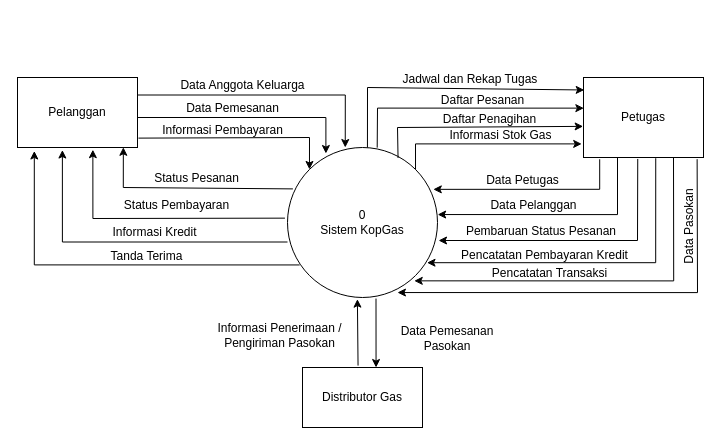
Before: page "DCD" (1 of 2) of KopGas.drawio in fmmkyh/Latihan-RPL, a draw.io diagram. Source tidied: cells renumbered, new cells numbered last; positions are measured from the earlier drawing's top-left corner, leaving out a move shared by most shapes. Both pictures are drawn from the tidied source at 100%, with x=0, y=0 at pixel (17, 64).
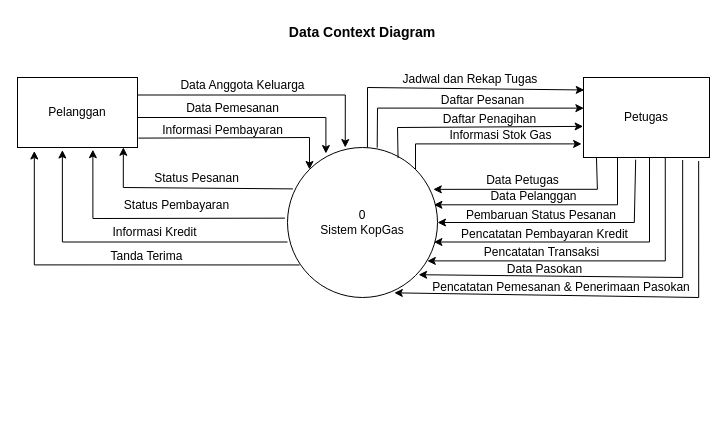
After the change.

Unchanged cells that the change refers to:
```xml
<mxCell id="2" value="0&lt;br&gt;Sistem&amp;nbsp;&lt;span style=&quot;text-decoration-line: inherit; background-color: transparent; color: light-dark(rgb(0, 0, 0), rgb(255, 255, 255));&quot;&gt;KopGas&lt;/span&gt;" style="ellipse;whiteSpace=wrap;html=1;shapeInside=1;" parent="1" vertex="1">
  <mxGeometry x="270" y="83" width="150" height="150" as="geometry" />
</mxCell>
```

What changed in the source:
```diff
@@
     <mxCell id="4" value="Petugas" style="rounded=0;whiteSpace=wrap;html=1;" parent="1" vertex="1">
-      <mxGeometry x="566" y="13" width="120" height="80" as="geometry" />
+      <mxGeometry x="566" y="13" width="126" height="80" as="geometry" />
     </mxCell>
-    <mxCell id="5" value="Distributor Gas" style="rounded=0;whiteSpace=wrap;html=1;" parent="1" vertex="1">
-      <mxGeometry x="285" y="303" width="120" height="60" as="geometry" />
-    </mxCell>
@@
-    <mxCell id="28" style="endArrow=classic;html=1;rounded=0;exitX=0.135;exitY=1.022;exitDx=0;exitDy=0;exitPerimeter=0;entryX=0.972;entryY=0.279;entryDx=0;entryDy=0;entryPerimeter=0;" parent="1" edge="1" source="4" target="2">
+    <mxCell id="28" style="endArrow=classic;html=1;rounded=0;exitX=0.103;exitY=1.007;exitDx=0;exitDy=0;exitPerimeter=0;entryX=0.972;entryY=0.279;entryDx=0;entryDy=0;entryPerimeter=0;" parent="1" edge="1" source="4" target="2">
       <mxGeometry relative="1" as="geometry">
         <Array as="points">
-          <mxPoint x="582.2" y="124.8" />
+          <mxPoint x="579.9" y="124.8" />
         </Array>
       </mxGeometry>
     </mxCell>
@@
     <mxCell id="30" value="Data Pelanggan" style="text;html=1;whiteSpace=wrap;strokeColor=none;fillColor=none;align=center;verticalAlign=middle;rounded=0;" parent="1" vertex="1">
-      <mxGeometry x="449" y="126" width="135" height="30" as="geometry" />
+      <mxGeometry x="449" y="117" width="135" height="30" as="geometry" />
     </mxCell>
     <mxCell id="31" value="Pencatatan Transaksi" style="text;html=1;whiteSpace=wrap;strokeColor=none;fillColor=none;align=center;verticalAlign=middle;rounded=0;" parent="1" vertex="1">
-      <mxGeometry x="464.5" y="194" width="135" height="30" as="geometry" />
+      <mxGeometry x="456.5" y="173" width="135" height="30" as="geometry" />
     </mxCell>
     <mxCell id="32" value="Pembaruan Status Pesanan" style="text;html=1;whiteSpace=wrap;strokeColor=none;fillColor=none;align=center;verticalAlign=middle;rounded=0;" parent="1" vertex="1">
-      <mxGeometry x="441" y="152" width="166" height="30" as="geometry" />
+      <mxGeometry x="441" y="136" width="166" height="30" as="geometry" />
     </mxCell>
     <mxCell id="33" value="Pencatatan Pembayaran Kredit" style="text;html=1;whiteSpace=wrap;strokeColor=none;fillColor=none;align=center;verticalAlign=middle;rounded=0;" parent="1" vertex="1">
-      <mxGeometry x="426.5" y="176" width="201" height="30" as="geometry" />
+      <mxGeometry x="426.5" y="155" width="201" height="30" as="geometry" />
     </mxCell>
-    <mxCell id="34" value="Data Pasokan" style="text;html=1;whiteSpace=wrap;strokeColor=none;fillColor=none;align=center;verticalAlign=middle;rounded=0;rotation=-90;" parent="1" vertex="1">
-      <mxGeometry x="603.5" y="147.5" width="135" height="30" as="geometry" />
+    <mxCell id="34" value="Data Pasokan" style="text;html=1;whiteSpace=wrap;strokeColor=none;fillColor=none;align=center;verticalAlign=middle;rounded=0;rotation=0;" parent="1" vertex="1">
+      <mxGeometry x="459.5" y="190" width="135" height="30" as="geometry" />
     </mxCell>
-    <mxCell id="35" style="endArrow=classic;html=1;rounded=0;exitX=0.452;exitY=1.018;exitDx=0;exitDy=0;exitPerimeter=0;entryX=1.007;entryY=0.62;entryDx=0;entryDy=0;entryPerimeter=0;" parent="1" edge="1" source="4" target="2">
+    <mxCell id="35" style="endArrow=classic;html=1;rounded=0;entryX=1;entryY=0.5;entryDx=0;entryDy=0;exitX=0.414;exitY=1.027;exitDx=0;exitDy=0;exitPerimeter=0;" parent="1" edge="1" source="4" target="2">
       <mxGeometry relative="1" as="geometry">
         <Array as="points">
-          <mxPoint x="620" y="176" />
+          <mxPoint x="616.8" y="158" />
         </Array>
       </mxGeometry>
     </mxCell>
-    <mxCell id="36" style="endArrow=classic;html=1;rounded=0;entryX=1.001;entryY=0.447;entryDx=0;entryDy=0;entryPerimeter=0;" parent="1" edge="1" target="2">
+    <mxCell id="36" style="endArrow=classic;html=1;rounded=0;entryX=0.976;entryY=0.382;entryDx=0;entryDy=0;entryPerimeter=0;" parent="1" edge="1" target="2">
       <mxGeometry relative="1" as="geometry">
         <mxPoint x="600" y="93" as="sourcePoint" />
         <Array as="points">
-          <mxPoint x="600" y="150.1" />
+          <mxPoint x="600" y="140.3" />
         </Array>
       </mxGeometry>
     </mxCell>
-    <mxCell id="37" style="endArrow=classic;html=1;rounded=0;exitX=0.602;exitY=1.009;exitDx=0;exitDy=0;exitPerimeter=0;entryX=0.93;entryY=0.768;entryDx=0;entryDy=0;entryPerimeter=0;" parent="1" edge="1" source="4" target="2">
+    <mxCell id="37" style="endArrow=classic;html=1;rounded=0;exitX=0.524;exitY=1;exitDx=0;exitDy=0;entryX=0.976;entryY=0.63;entryDx=0;entryDy=0;entryPerimeter=0;exitPerimeter=0;" parent="1" edge="1" source="4" target="2">
       <mxGeometry relative="1" as="geometry">
         <Array as="points">
-          <mxPoint x="638.2" y="198.2" />
+          <mxPoint x="632" y="177.5" />
         </Array>
       </mxGeometry>
     </mxCell>
-    <mxCell id="38" style="endArrow=classic;html=1;rounded=0;exitX=0.75;exitY=1;exitDx=0;exitDy=0;entryX=0.845;entryY=0.889;entryDx=0;entryDy=0;entryPerimeter=0;" parent="1" edge="1" source="4" target="2">
+    <mxCell id="38" style="endArrow=classic;html=1;rounded=0;exitX=0.649;exitY=1.005;exitDx=0;exitDy=0;entryX=0.932;entryY=0.756;entryDx=0;entryDy=0;entryPerimeter=0;exitPerimeter=0;" parent="1" edge="1" source="4" target="2">
       <mxGeometry relative="1" as="geometry">
         <Array as="points">
-          <mxPoint x="656.2" y="216.4" />
+          <mxPoint x="647.8" y="196.4" />
         </Array>
       </mxGeometry>
     </mxCell>
-    <mxCell id="39" style="endArrow=classic;html=1;rounded=0;exitX=0.947;exitY=1.021;exitDx=0;exitDy=0;exitPerimeter=0;entryX=0.733;entryY=0.967;entryDx=0;entryDy=0;entryPerimeter=0;" parent="1" edge="1" source="4" target="2">
+    <mxCell id="39" style="endArrow=classic;html=1;rounded=0;exitX=0.787;exitY=1.031;exitDx=0;exitDy=0;entryX=0.874;entryY=0.848;entryDx=0;entryDy=0;entryPerimeter=0;exitPerimeter=0;" parent="1" edge="1" source="4" target="2">
       <mxGeometry relative="1" as="geometry">
         <Array as="points">
-          <mxPoint x="680" y="228.1" />
+          <mxPoint x="665.2" y="213" />
         </Array>
       </mxGeometry>
     </mxCell>
-    <mxCell id="40" style="endArrow=classic;html=1;rounded=0;exitX=0.59;exitY=1.007;exitDx=0;exitDy=0;exitPerimeter=0;entryX=0.613;entryY=0;entryDx=0;entryDy=0;entryPerimeter=0;" parent="1" edge="1" source="2" target="5">
-      <mxGeometry relative="1" as="geometry" />
-    </mxCell>
-    <mxCell id="41" style="endArrow=classic;html=1;rounded=0;entryX=0.466;entryY=1.011;entryDx=0;entryDy=0;entryPerimeter=0;exitX=0.463;exitY=-0.032;exitDx=0;exitDy=0;exitPerimeter=0;" parent="1" edge="1" source="5" target="2">
-      <mxGeometry relative="1" as="geometry" />
-    </mxCell>
-    <mxCell id="42" value="Data Pemesanan Pasokan" style="text;html=1;whiteSpace=wrap;strokeColor=none;fillColor=none;align=center;verticalAlign=middle;rounded=0;" parent="1" vertex="1">
-      <mxGeometry x="370" y="259" width="120" height="30" as="geometry" />
+    <mxCell id="42" value="Pencatatan Pemesanan &amp;amp; Penerimaan Pasokan" style="text;html=1;whiteSpace=wrap;strokeColor=none;fillColor=none;align=center;verticalAlign=middle;rounded=0;" parent="1" vertex="1">
+      <mxGeometry x="413" y="208" width="262" height="30" as="geometry" />
     </mxCell>
-    <mxCell id="43" value="Informasi Penerimaan / Pengiriman Pasokan" style="text;html=1;whiteSpace=wrap;strokeColor=none;fillColor=none;align=center;verticalAlign=middle;rounded=0;" parent="1" vertex="1">
-      <mxGeometry x="195" y="256" width="135" height="30" as="geometry" />
-    </mxCell>
+    <mxCell id="44" value="Data Context Diagram" style="text;html=1;whiteSpace=wrap;strokeColor=none;fillColor=none;align=center;verticalAlign=middle;rounded=0;fontStyle=1;fontSize=14;" parent="1" vertex="1">
+      <mxGeometry x="255.2" y="-47" width="179.5" height="30" as="geometry" />
+    </mxCell>
+    <mxCell id="45" style="endArrow=classic;html=1;rounded=0;exitX=0.914;exitY=1.044;exitDx=0;exitDy=0;entryX=0.712;entryY=0.969;entryDx=0;entryDy=0;entryPerimeter=0;exitPerimeter=0;" parent="1" edge="1" source="4" target="2">
+      <mxGeometry relative="1" as="geometry">
+        <Array as="points">
+          <mxPoint x="681.2" y="233" />
+        </Array>
+      </mxGeometry>
+    </mxCell>
```
